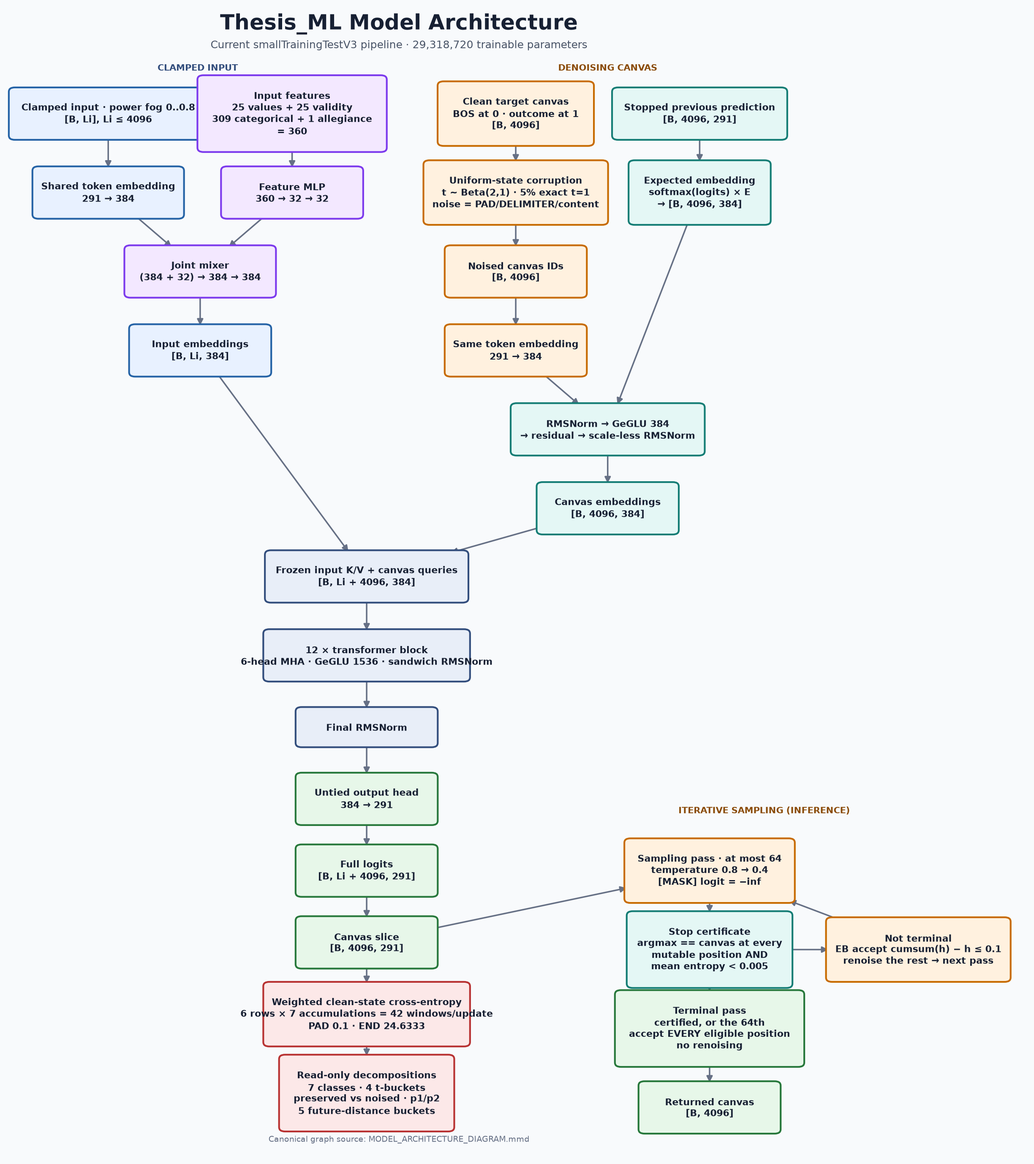
Before: Model_Architecture/MODEL_ARCHITECTURE_DIAGRAM.png, a diagram exported from Mermaid (mataeo-eh/Thesis_ML). Its source is kept beside it as Model_Architecture/MODEL_ARCHITECTURE_DIAGRAM.mmd.
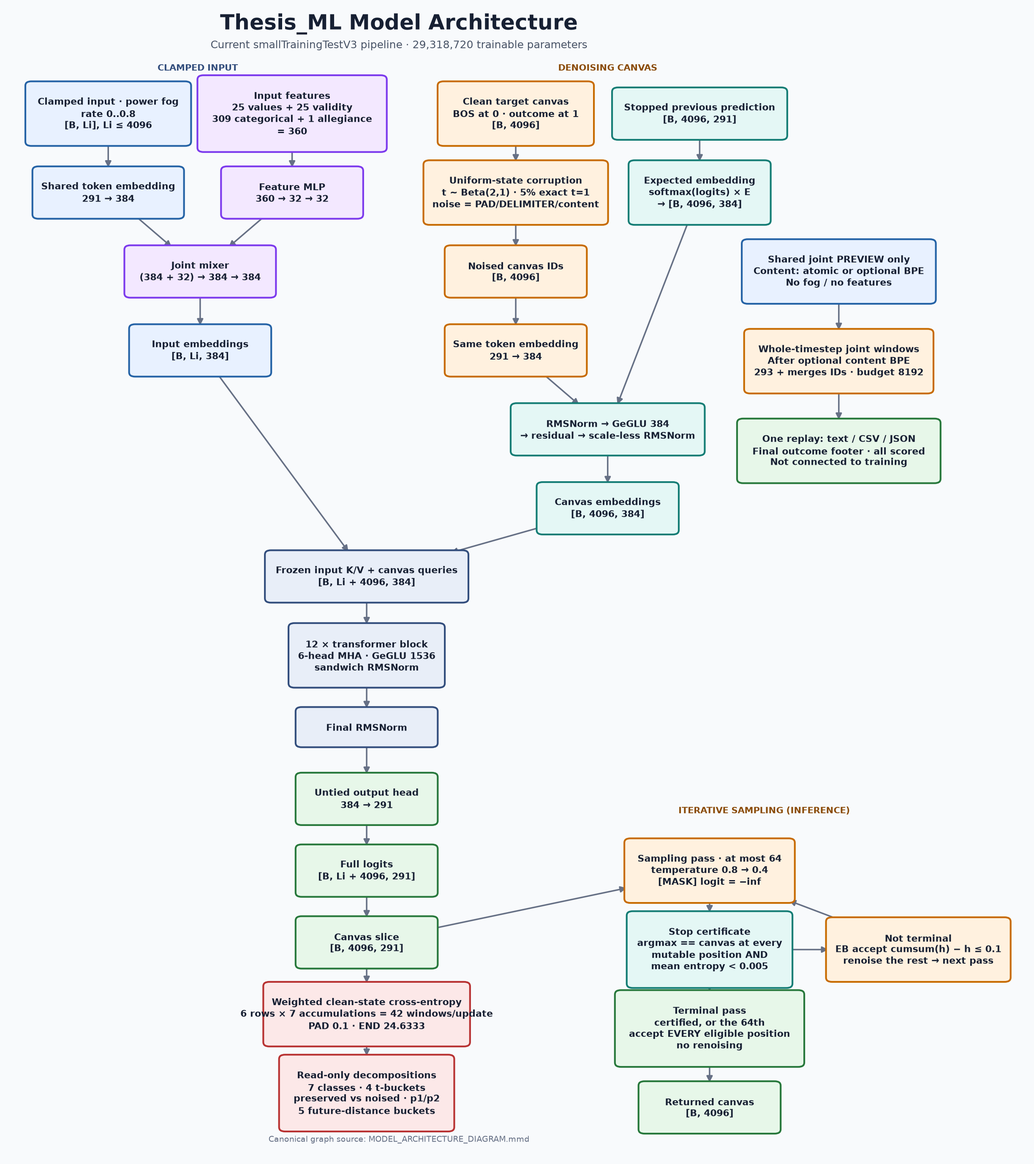
After the change.

Change to the diagram source:
```diff
@@ -1,5 +1,7 @@
 flowchart TD
-    A["Clamped input · power fog 0..0.8<br/>[B, Li], Li ≤ 4096"] --> E["Shared token embedding<br/>291 → 384"]
+    P["Shared joint PREVIEW only<br/>Content: atomic or optional BPE<br/>No fog / no features"] --> JW["Whole-timestep joint windows<br/>After optional content BPE<br/>293 + merges IDs · budget 8192"]
+    JW --> PO["One replay: text / CSV / JSON<br/>Final outcome footer · all scored<br/>Not connected to training"]
+    A["Clamped input · power fog<br/>rate 0..0.8<br/>[B, Li], Li ≤ 4096"] --> E["Shared token embedding<br/>291 → 384"]
     AF["Input features<br/>25 values + 25 validity<br/>309 categorical + 1 allegiance<br/>= 360"] --> FM["Feature MLP<br/>360 → 32 → 32"]
     E --> JM["Joint mixer<br/>(384 + 32) → 384 → 384"]
     FM --> JM
@@ -17,7 +19,7 @@
     IE --> CAT["Frozen input K/V + canvas queries<br/>[B, Li + 4096, 384]"]
     CE --> CAT
 
-    CAT --> TR["12 × transformer block<br/>6-head MHA · GeGLU 1536 · sandwich RMSNorm"]
+    CAT --> TR["12 × transformer block<br/>6-head MHA · GeGLU 1536<br/>sandwich RMSNorm"]
     TR --> FN["Final RMSNorm"]
     FN --> OH["Untied output head<br/>384 → 291"]
     OH --> FULL["Full logits<br/>[B, Li + 4096, 291]"]
```
